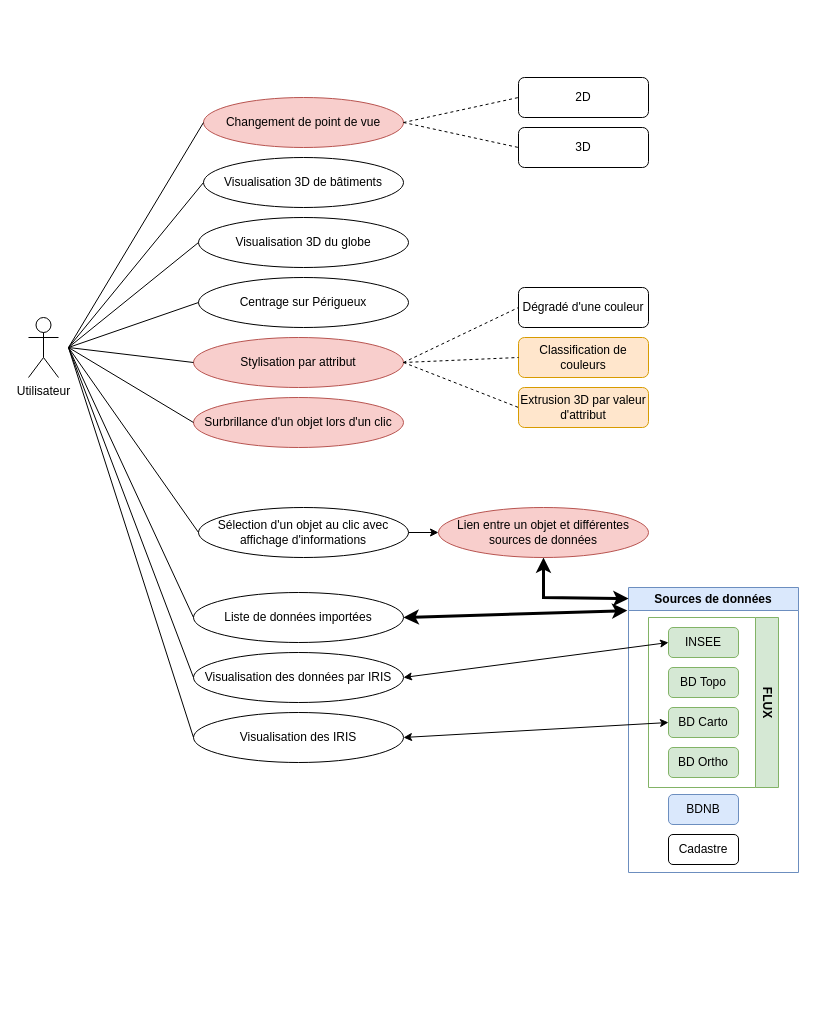
The draw.io diagram Use_case.drawio in EnzoVenon/Gemini_numeriques, before the edit. Source tidied: cells renumbered, new cells numbered last; positions are measured from the earlier drawing's top-left corner, leaving out a move shared by most shapes. Both pictures are drawn from the tidied source at 100%, with x=0, y=0 at pixel (28, 77).
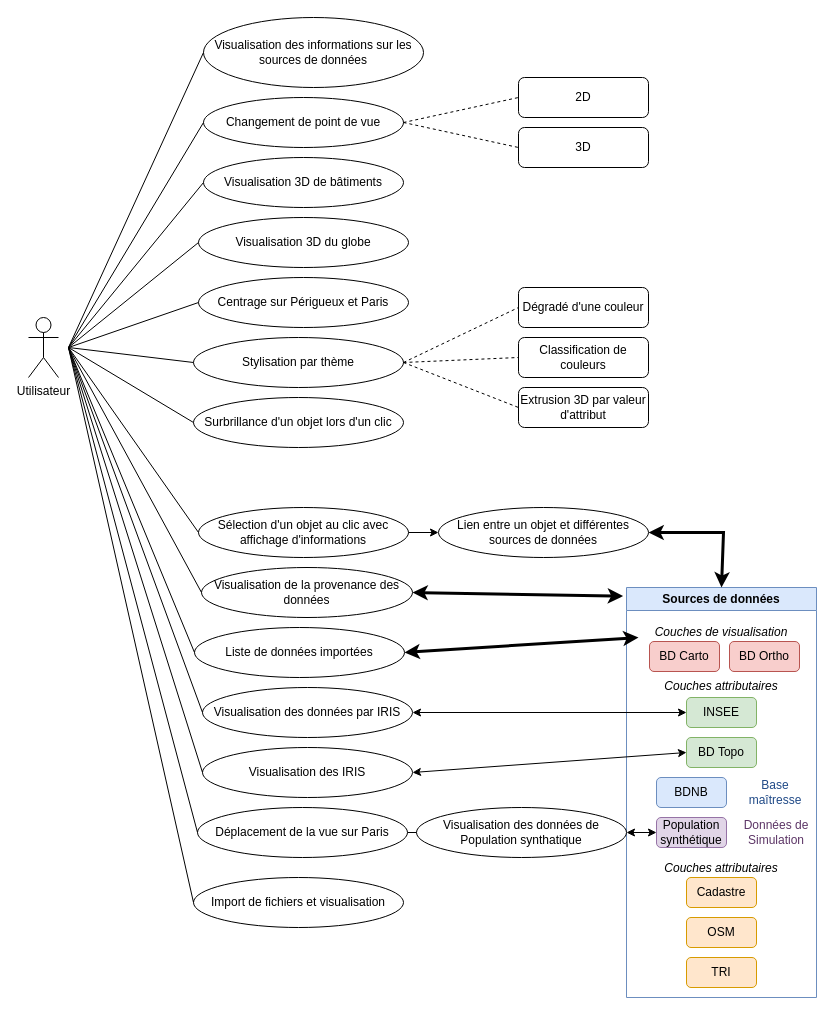
Above is the later version.

Commit message:
modifications of the use case diagram + adding fonctionnalities

Change to the diagram source:
```diff
@@
-    <mxCell id="5" value="Centrage sur Périgueux" style="ellipse;whiteSpace=wrap;html=1;" parent="1" vertex="1">
+    <mxCell id="5" value="Centrage sur Périgueux et Paris" style="ellipse;whiteSpace=wrap;html=1;" parent="1" vertex="1">
       <mxGeometry x="170" y="200" width="210" height="50" as="geometry" />
     </mxCell>
     <mxCell id="6" value="Liste de données importées " style="ellipse;whiteSpace=wrap;html=1;" parent="1" vertex="1">
-      <mxGeometry x="165" y="515" width="210" height="50" as="geometry" />
+      <mxGeometry x="166" y="550" width="210" height="50" as="geometry" />
     </mxCell>
@@
     <mxCell id="12" value="Visualisation des données par IRIS" style="ellipse;whiteSpace=wrap;html=1;" parent="1" vertex="1">
-      <mxGeometry x="165" y="575" width="210" height="50" as="geometry" />
+      <mxGeometry x="174" y="610" width="210" height="50" as="geometry" />
     </mxCell>
@@
     <mxCell id="14" value="Visualisation des IRIS" style="ellipse;whiteSpace=wrap;html=1;" parent="1" vertex="1">
-      <mxGeometry x="165" y="635" width="210" height="50" as="geometry" />
+      <mxGeometry x="174" y="670" width="210" height="50" as="geometry" />
     </mxCell>
-    <mxCell id="15" value="Stylisation par attribut " style="ellipse;whiteSpace=wrap;html=1;fillColor=#f8cecc;strokeColor=#b85450;" parent="1" vertex="1">
+    <mxCell id="15" value="Stylisation par thème " style="ellipse;whiteSpace=wrap;html=1;" parent="1" vertex="1">
       <mxGeometry x="165" y="260" width="210" height="50" as="geometry" />
     </mxCell>
     <mxCell id="16" value="Sources de données" style="swimlane;whiteSpace=wrap;html=1;fillColor=#dae8fc;strokeColor=#6c8ebf;" parent="1" vertex="1">
-      <mxGeometry x="600" y="510" width="170" height="285" as="geometry" />
+      <mxGeometry x="598" y="510" width="190" height="410" as="geometry" />
     </mxCell>
     <mxCell id="17" value="BDNB" style="rounded=1;whiteSpace=wrap;html=1;fillColor=#dae8fc;strokeColor=#6c8ebf;" parent="16" vertex="1">
-      <mxGeometry x="40" y="207" width="70" height="30" as="geometry" />
+      <mxGeometry x="30" y="190" width="70" height="30" as="geometry" />
     </mxCell>
+    <mxCell id="20" value="INSEE" style="rounded=1;whiteSpace=wrap;html=1;fillColor=#d5e8d4;strokeColor=#82b366;" parent="16" vertex="1">
+      <mxGeometry x="60" y="110" width="70" height="30" as="geometry" />
+    </mxCell>
+    <mxCell id="22" value="BD Carto" style="rounded=1;whiteSpace=wrap;html=1;fillColor=#f8cecc;strokeColor=#b85450;" parent="16" vertex="1">
+      <mxGeometry x="23" y="54" width="70" height="30" as="geometry" />
+    </mxCell>
+    <mxCell id="21" value="BD Topo" style="rounded=1;whiteSpace=wrap;html=1;fillColor=#d5e8d4;strokeColor=#82b366;" parent="16" vertex="1">
+      <mxGeometry x="60" y="150" width="70" height="30" as="geometry" />
+    </mxCell>
+    <mxCell id="23" value="BD Ortho" style="rounded=1;whiteSpace=wrap;html=1;fillColor=#f8cecc;strokeColor=#b85450;" parent="16" vertex="1">
+      <mxGeometry x="103" y="54" width="70" height="30" as="geometry" />
+    </mxCell>
-    <mxCell id="18" value="Cadastre" style="rounded=1;whiteSpace=wrap;html=1;" parent="16" vertex="1">
-      <mxGeometry x="40" y="247" width="70" height="30" as="geometry" />
+    <mxCell id="18" value="Cadastre" style="rounded=1;whiteSpace=wrap;html=1;fillColor=#ffe6cc;strokeColor=#d79b00;" parent="16" vertex="1">
+      <mxGeometry x="60" y="290" width="70" height="30" as="geometry" />
     </mxCell>
-    <mxCell id="19" value="&lt;div&gt;FLUX&lt;/div&gt;" style="swimlane;horizontal=0;whiteSpace=wrap;html=1;rotation=-180;fillColor=#d5e8d4;strokeColor=#82b366;" parent="16" vertex="1">
-      <mxGeometry x="20" y="30" width="130" height="170" as="geometry" />
-    </mxCell>
-    <mxCell id="20" value="INSEE" style="rounded=1;whiteSpace=wrap;html=1;fillColor=#d5e8d4;strokeColor=#82b366;" parent="16" vertex="1">
-      <mxGeometry x="40" y="40" width="70" height="30" as="geometry" />
-    </mxCell>
-    <mxCell id="21" value="BD Topo" style="rounded=1;whiteSpace=wrap;html=1;fillColor=#d5e8d4;strokeColor=#82b366;" parent="16" vertex="1">
-      <mxGeometry x="40" y="80" width="70" height="30" as="geometry" />
-    </mxCell>
-    <mxCell id="22" value="BD Carto" style="rounded=1;whiteSpace=wrap;html=1;fillColor=#d5e8d4;strokeColor=#82b366;" parent="16" vertex="1">
-      <mxGeometry x="40" y="120" width="70" height="30" as="geometry" />
-    </mxCell>
-    <mxCell id="23" value="BD Ortho" style="rounded=1;whiteSpace=wrap;html=1;fillColor=#d5e8d4;strokeColor=#82b366;" parent="16" vertex="1">
-      <mxGeometry x="40" y="160" width="70" height="30" as="geometry" />
-    </mxCell>
+    <mxCell id="47" value="OSM" style="rounded=1;whiteSpace=wrap;html=1;fillColor=#ffe6cc;strokeColor=#d79b00;" parent="16" vertex="1">
+      <mxGeometry x="60" y="330" width="70" height="30" as="geometry" />
+    </mxCell>
+    <mxCell id="48" value="TRI" style="rounded=1;whiteSpace=wrap;html=1;fillColor=#ffe6cc;strokeColor=#d79b00;" parent="16" vertex="1">
+      <mxGeometry x="60" y="370" width="70" height="30" as="geometry" />
+    </mxCell>
+    <mxCell id="49" value="Couches de visualisation" style="text;html=1;strokeColor=none;fillColor=none;align=center;verticalAlign=middle;whiteSpace=wrap;rounded=0;fontStyle=2;" parent="16" vertex="1">
+      <mxGeometry x="20" y="30" width="150" height="30" as="geometry" />
+    </mxCell>
+    <mxCell id="50" value="Couches attributaires" style="text;html=1;strokeColor=none;fillColor=none;align=center;verticalAlign=middle;whiteSpace=wrap;rounded=0;fontStyle=2;" parent="16" vertex="1">
+      <mxGeometry x="20" y="84" width="150" height="30" as="geometry" />
+    </mxCell>
+    <mxCell id="51" value="Couches attributaires" style="text;html=1;strokeColor=none;fillColor=none;align=center;verticalAlign=middle;whiteSpace=wrap;rounded=0;fontStyle=2;" parent="16" vertex="1">
+      <mxGeometry x="20" y="266" width="150" height="30" as="geometry" />
+    </mxCell>
+    <mxCell id="52" value="Population synthétique" style="rounded=1;whiteSpace=wrap;html=1;fillColor=#e1d5e7;strokeColor=#9673a6;" parent="16" vertex="1">
+      <mxGeometry x="30" y="230" width="70" height="30" as="geometry" />
+    </mxCell>
+    <mxCell id="53" value="Données de Simulation" style="text;html=1;strokeColor=none;fillColor=none;align=center;verticalAlign=middle;whiteSpace=wrap;rounded=0;fontColor=#5c3566;" parent="16" vertex="1">
+      <mxGeometry x="115" y="230" width="70" height="30" as="geometry" />
+    </mxCell>
+    <mxCell id="54" value="Base maîtresse" style="text;html=1;strokeColor=none;fillColor=none;align=center;verticalAlign=middle;whiteSpace=wrap;rounded=0;fontColor=#204a87;" parent="16" vertex="1">
+      <mxGeometry x="114" y="190" width="70" height="30" as="geometry" />
+    </mxCell>
@@
-    <mxCell id="26" value="Classification de couleurs" style="rounded=1;whiteSpace=wrap;html=1;fillColor=#ffe6cc;strokeColor=#d79b00;" parent="1" vertex="1">
+    <mxCell id="26" value="Classification de couleurs" style="rounded=1;whiteSpace=wrap;html=1;" parent="1" vertex="1">
       <mxGeometry x="490" y="260" width="130" height="40" as="geometry" />
     </mxCell>
@@
-    <mxCell id="29" value="Extrusion 3D par valeur d'attribut " style="rounded=1;whiteSpace=wrap;html=1;fillColor=#ffe6cc;strokeColor=#d79b00;" parent="1" vertex="1">
+    <mxCell id="29" value="Extrusion 3D par valeur d'attribut " style="rounded=1;whiteSpace=wrap;html=1;" parent="1" vertex="1">
       <mxGeometry x="490" y="310" width="130" height="40" as="geometry" />
     </mxCell>
@@
-    <mxCell id="32" style="endArrow=classic;html=1;rounded=0;entryX=0;entryY=0.5;entryDx=0;entryDy=0;exitX=1;exitY=0.5;exitDx=0;exitDy=0;startArrow=classic;startFill=1;endFill=1;" parent="1" edge="1" source="14" target="22">
-      <mxGeometry relative="1" as="geometry" />
-    </mxCell>
-    <mxCell id="33" value="Surbrillance d'un objet lors d'un clic" style="ellipse;whiteSpace=wrap;html=1;fillColor=#f8cecc;strokeColor=#b85450;" parent="1" vertex="1">
+    <mxCell id="33" value="Surbrillance d'un objet lors d'un clic" style="ellipse;whiteSpace=wrap;html=1;" parent="1" vertex="1">
       <mxGeometry x="165" y="320" width="210" height="50" as="geometry" />
     </mxCell>
@@
-    <mxCell id="36" value="Lien entre un objet et différentes sources de données " style="ellipse;whiteSpace=wrap;html=1;fillColor=#f8cecc;strokeColor=#b85450;" parent="1" vertex="1">
+    <mxCell id="36" value="Lien entre un objet et différentes sources de données " style="ellipse;whiteSpace=wrap;html=1;" parent="1" vertex="1">
       <mxGeometry x="410" y="430" width="210" height="50" as="geometry" />
     </mxCell>
-    <mxCell id="37" style="endArrow=classic;startArrow=classic;html=1;rounded=0;entryX=0;entryY=0.039;entryDx=0;entryDy=0;entryPerimeter=0;strokeWidth=3;exitX=0.5;exitY=1;exitDx=0;exitDy=0;" parent="1" edge="1" source="36" target="16">
-      <mxGeometry relative="1" as="geometry">
-        <Array as="points">
-          <mxPoint x="515" y="520" />
-        </Array>
-      </mxGeometry>
-    </mxCell>
-    <mxCell id="38" style="endArrow=classic;startArrow=classic;html=1;rounded=0;exitX=1;exitY=0.5;exitDx=0;exitDy=0;strokeWidth=3;entryX=-0.007;entryY=0.081;entryDx=0;entryDy=0;entryPerimeter=0;" parent="1" edge="1" source="6" target="16">
-      <mxGeometry relative="1" as="geometry" />
+    <mxCell id="38" style="endArrow=classic;startArrow=classic;html=1;rounded=0;exitX=1;exitY=0.5;exitDx=0;exitDy=0;strokeWidth=3;" parent="1" edge="1" source="6">
+      <mxGeometry relative="1" as="geometry">
+        <mxPoint x="610" y="560" as="targetPoint" />
+      </mxGeometry>
     </mxCell>
@@
-    <mxCell id="41" value="Changement de point de vue" style="ellipse;whiteSpace=wrap;html=1;fillColor=#f8cecc;strokeColor=#b85450;" parent="1" vertex="1">
+    <mxCell id="41" value="Changement de point de vue" style="ellipse;whiteSpace=wrap;html=1;" parent="1" vertex="1">
       <mxGeometry x="175" y="20" width="200" height="50" as="geometry" />
     </mxCell>
@@
+    <mxCell id="55" value="Déplacement de la vue sur Paris" style="ellipse;whiteSpace=wrap;html=1;" parent="1" vertex="1">
+      <mxGeometry x="169" y="730" width="210" height="50" as="geometry" />
+    </mxCell>
+    <mxCell id="56" value="Visualisation des données de Population synthatique" style="ellipse;whiteSpace=wrap;html=1;" parent="1" vertex="1">
+      <mxGeometry x="388" y="730" width="210" height="50" as="geometry" />
+    </mxCell>
+    <mxCell id="57" style="endArrow=none;html=1;rounded=0;entryX=0;entryY=0.5;entryDx=0;entryDy=0;" parent="1" edge="1" target="55">
+      <mxGeometry relative="1" as="geometry">
+        <mxPoint x="40" y="270" as="sourcePoint" />
+      </mxGeometry>
+    </mxCell>
+    <mxCell id="58" style="endArrow=none;html=1;rounded=0;entryX=0;entryY=0.5;entryDx=0;entryDy=0;exitX=1;exitY=0.5;exitDx=0;exitDy=0;" parent="1" edge="1" source="55" target="56">
+      <mxGeometry relative="1" as="geometry" />
+    </mxCell>
+    <mxCell id="59" style="endArrow=classic;startArrow=classic;html=1;rounded=0;entryX=0;entryY=0.5;entryDx=0;entryDy=0;exitX=1;exitY=0.5;exitDx=0;exitDy=0;" parent="1" edge="1" source="56" target="52">
+      <mxGeometry relative="1" as="geometry" />
+    </mxCell>
+    <mxCell id="60" value="Import de fichiers et visualisation" style="ellipse;whiteSpace=wrap;html=1;" parent="1" vertex="1">
+      <mxGeometry x="165" y="800" width="210" height="50" as="geometry" />
+    </mxCell>
+    <mxCell id="61" style="endArrow=none;html=1;rounded=0;entryX=0;entryY=0.5;entryDx=0;entryDy=0;" parent="1" edge="1" target="60">
+      <mxGeometry relative="1" as="geometry">
+        <mxPoint x="40" y="270" as="sourcePoint" />
+      </mxGeometry>
+    </mxCell>
+    <mxCell id="62" value="Visualisation de la provenance des données" style="ellipse;whiteSpace=wrap;html=1;" parent="1" vertex="1">
+      <mxGeometry x="173" y="490" width="211" height="50" as="geometry" />
+    </mxCell>
+    <mxCell id="63" style="endArrow=none;html=1;rounded=0;entryX=0;entryY=0.5;entryDx=0;entryDy=0;" parent="1" edge="1" target="62">
+      <mxGeometry relative="1" as="geometry">
+        <mxPoint x="40" y="270" as="sourcePoint" />
+      </mxGeometry>
+    </mxCell>
+    <mxCell id="64" value="Visualisation des informations sur les sources de données" style="ellipse;whiteSpace=wrap;html=1;" parent="1" vertex="1">
+      <mxGeometry x="175" y="-60" width="220" height="70" as="geometry" />
+    </mxCell>
+    <mxCell id="65" style="endArrow=none;html=1;rounded=0;entryX=0;entryY=0.5;entryDx=0;entryDy=0;" parent="1" edge="1" target="64">
+      <mxGeometry relative="1" as="geometry">
+        <mxPoint x="40" y="270" as="sourcePoint" />
+      </mxGeometry>
+    </mxCell>
+    <mxCell id="66" style="endArrow=classic;startArrow=classic;html=1;rounded=0;entryX=1;entryY=0.5;entryDx=0;entryDy=0;exitX=0.5;exitY=0;exitDx=0;exitDy=0;strokeWidth=3;" parent="1" edge="1" source="16" target="36">
+      <mxGeometry relative="1" as="geometry">
+        <Array as="points">
+          <mxPoint x="695" y="455" />
+        </Array>
+      </mxGeometry>
+    </mxCell>
+    <mxCell id="67" style="endArrow=classic;startArrow=classic;html=1;rounded=0;exitX=-0.018;exitY=0.021;exitDx=0;exitDy=0;exitPerimeter=0;entryX=1;entryY=0.5;entryDx=0;entryDy=0;strokeWidth=3;" parent="1" edge="1" source="16" target="62">
+      <mxGeometry relative="1" as="geometry" />
+    </mxCell>
+    <mxCell id="68" style="endArrow=classic;startArrow=classic;html=1;rounded=0;entryX=0;entryY=0.5;entryDx=0;entryDy=0;exitX=1;exitY=0.5;exitDx=0;exitDy=0;" parent="1" edge="1" source="14" target="21">
+      <mxGeometry relative="1" as="geometry" />
+    </mxCell>
```
